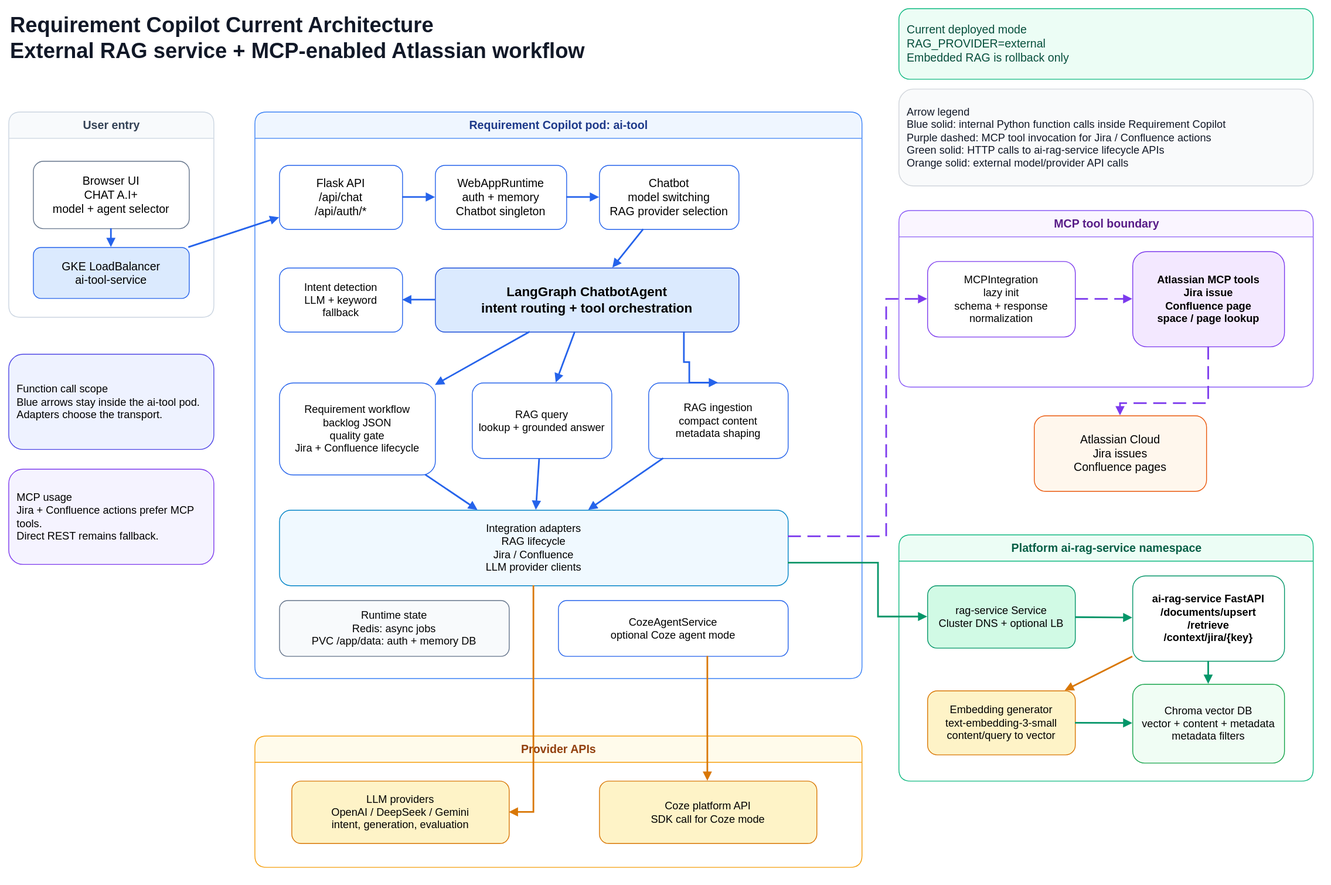
This is docs/architecture/diagrams/requirement-copilot-rag-mcp-current.drawio.svg from gjnzsu/AI_Requirement_Tool, a draw.io export, as it was before one commit. Source tidied: cells renumbered, new cells last; positions are measured from the earlier drawing's top-left corner, leaving out a move shared by most shapes.
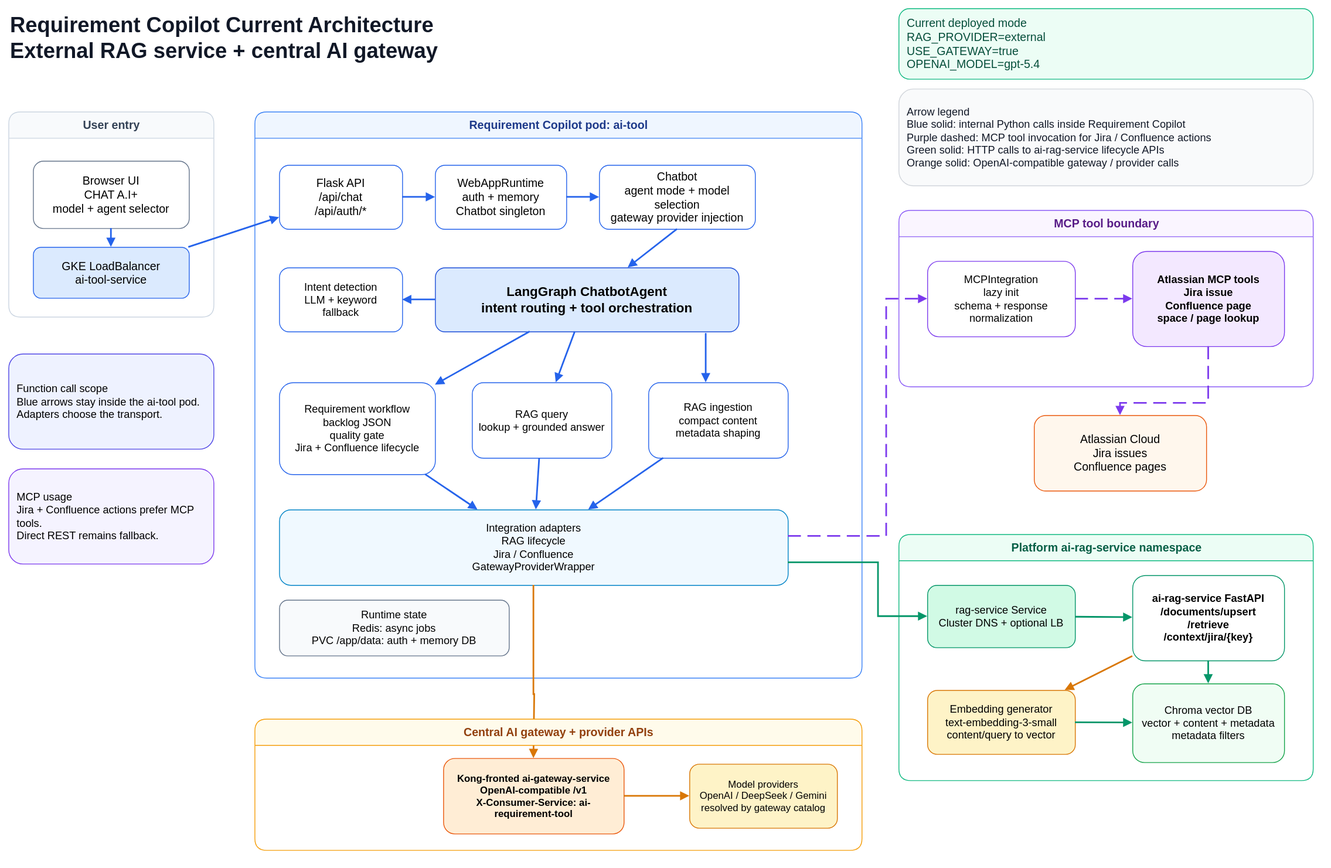
The same diagram one commit later.

What changed in the source:
```diff
@@ -2,13 +2,13 @@
   <root>
     <mxCell id="0" />
     <mxCell id="1" parent="0" />
-    <mxCell id="2" value="Requirement Copilot Current Architecture&#10;External RAG service + MCP-enabled Atlassian workflow" style="text;html=1;strokeColor=none;fillColor=none;align=left;verticalAlign=middle;whiteSpace=wrap;rounded=0;fontSize=26;fontStyle=1;fontColor=#111827;" parent="1" vertex="1">
+    <mxCell id="2" value="Requirement Copilot Current Architecture&#10;External RAG service + central AI gateway" style="text;html=1;strokeColor=none;fillColor=none;align=left;verticalAlign=middle;whiteSpace=wrap;rounded=0;fontSize=26;fontStyle=1;fontColor=#111827;" parent="1" vertex="1">
       <mxGeometry width="800" height="72" as="geometry" />
     </mxCell>
-    <mxCell id="3" value="Current deployed mode&#10;RAG_PROVIDER=external&#10;Embedded RAG is rollback only" style="rounded=1;whiteSpace=wrap;html=1;fillColor=#ECFDF5;strokeColor=#10B981;fontColor=#064E3B;fontSize=14;align=left;spacing=10;" parent="1" vertex="1">
+    <mxCell id="3" value="Current deployed mode&#10;RAG_PROVIDER=external&#10;USE_GATEWAY=true&#10;OPENAI_MODEL=gpt-5.4" style="rounded=1;whiteSpace=wrap;html=1;fillColor=#ECFDF5;strokeColor=#10B981;fontColor=#064E3B;fontSize=14;align=left;spacing=10;" parent="1" vertex="1">
       <mxGeometry x="1085" width="505" height="86" as="geometry" />
     </mxCell>
-    <mxCell id="4" value="Arrow legend&#10;Blue solid: internal Python function calls inside Requirement Copilot&#10;Purple dashed: MCP tool invocation for Jira / Confluence actions&#10;Green solid: HTTP calls to ai-rag-service lifecycle APIs&#10;Orange solid: external model/provider API calls" style="rounded=1;whiteSpace=wrap;html=1;fillColor=#F9FAFB;strokeColor=#D1D5DB;fontColor=#111827;fontSize=13;align=left;spacing=10;" parent="1" vertex="1">
+    <mxCell id="4" value="Arrow legend&#10;Blue solid: internal Python calls inside Requirement Copilot&#10;Purple dashed: MCP tool invocation for Jira / Confluence actions&#10;Green solid: HTTP calls to ai-rag-service lifecycle APIs&#10;Orange solid: OpenAI-compatible gateway / provider calls" style="rounded=1;whiteSpace=wrap;html=1;fillColor=#F9FAFB;strokeColor=#D1D5DB;fontColor=#111827;fontSize=13;align=left;spacing=10;" parent="1" vertex="1">
       <mxGeometry x="1085" y="98" width="505" height="118" as="geometry" />
     </mxCell>
     <mxCell id="5" value="User entry" style="swimlane;html=1;rounded=1;startSize=32;fillColor=#F8FAFC;strokeColor=#CBD5E1;fontColor=#334155;fontSize=14;fontStyle=1;" parent="1" vertex="1">
@@ -29,8 +29,8 @@
     <mxCell id="10" value="WebAppRuntime&#10;auth + memory&#10;Chatbot singleton" style="rounded=1;whiteSpace=wrap;html=1;fillColor=#FFFFFF;strokeColor=#2563EB;fontSize=14;spacing=8;" parent="8" vertex="1">
       <mxGeometry x="220" y="65" width="160" height="78" as="geometry" />
     </mxCell>
-    <mxCell id="11" value="Chatbot&#10;model switching&#10;RAG provider selection" style="rounded=1;whiteSpace=wrap;html=1;fillColor=#FFFFFF;strokeColor=#2563EB;fontSize=14;spacing=8;" parent="8" vertex="1">
-      <mxGeometry x="420" y="65" width="170" height="78" as="geometry" />
+    <mxCell id="11" value="Chatbot&#10;agent mode + model selection&#10;gateway provider injection" style="rounded=1;whiteSpace=wrap;html=1;fillColor=#FFFFFF;strokeColor=#2563EB;fontSize=14;spacing=8;" parent="8" vertex="1">
+      <mxGeometry x="420" y="65" width="190" height="78" as="geometry" />
     </mxCell>
     <mxCell id="12" value="LangGraph ChatbotAgent&#10;intent routing + tool orchestration" style="rounded=1;whiteSpace=wrap;html=1;fillColor=#DBEAFE;strokeColor=#1D4ED8;fontSize=16;fontStyle=1;spacing=8;" parent="8" vertex="1">
       <mxGeometry x="220" y="190" width="370" height="78" as="geometry" />
@@ -47,15 +47,12 @@
     <mxCell id="16" value="RAG ingestion&#10;compact content&#10;metadata shaping" style="rounded=1;whiteSpace=wrap;html=1;fillColor=#FFFFFF;strokeColor=#2563EB;fontSize=13;spacing=8;" parent="8" vertex="1">
       <mxGeometry x="480" y="330" width="170" height="92" as="geometry" />
     </mxCell>
-    <mxCell id="17" value="Integration adapters&#10;RAG lifecycle&#10;Jira / Confluence&#10;LLM provider clients" style="rounded=1;whiteSpace=wrap;html=1;fillColor=#F0F9FF;strokeColor=#0284C7;fontSize=13;spacing=8;" parent="8" vertex="1">
+    <mxCell id="17" value="Integration adapters&#10;RAG lifecycle&#10;Jira / Confluence&#10;GatewayProviderWrapper" style="rounded=1;whiteSpace=wrap;html=1;fillColor=#F0F9FF;strokeColor=#0284C7;fontSize=13;spacing=8;" parent="8" vertex="1">
       <mxGeometry x="30" y="485" width="620" height="92" as="geometry" />
     </mxCell>
     <mxCell id="18" value="Runtime state&#10;Redis: async jobs&#10;PVC /app/data: auth + memory DB" style="rounded=1;whiteSpace=wrap;html=1;fillColor=#F8FAFC;strokeColor=#64748B;fontSize=13;spacing=8;" parent="8" vertex="1">
       <mxGeometry x="30" y="595" width="280" height="68" as="geometry" />
     </mxCell>
-    <mxCell id="19" value="CozeAgentService&#10;optional Coze agent mode" style="rounded=1;whiteSpace=wrap;html=1;fillColor=#FFFFFF;strokeColor=#2563EB;fontSize=13;spacing=8;" parent="8" vertex="1">
-      <mxGeometry x="370" y="595" width="280" height="68" as="geometry" />
-    </mxCell>
     <mxCell id="20" value="MCP tool boundary" style="swimlane;html=1;rounded=1;startSize=32;fillColor=#FAF5FF;strokeColor=#8B5CF6;fontColor=#581C87;fontSize=14;fontStyle=1;" parent="1" vertex="1">
       <mxGeometry x="1085" y="246" width="505" height="215" as="geometry" />
     </mxCell>
@@ -83,15 +80,6 @@
     <mxCell id="28" value="Chroma vector DB&#10;vector + content + metadata&#10;metadata filters" style="rounded=1;whiteSpace=wrap;html=1;fillColor=#F0FDF4;strokeColor=#16A34A;fontSize=13;spacing=8;" parent="24" vertex="1">
       <mxGeometry x="285" y="182" width="185" height="96" as="geometry" />
     </mxCell>
-    <mxCell id="29" value="Provider APIs" style="swimlane;html=1;rounded=1;startSize=32;fillColor=#FFFBEB;strokeColor=#F59E0B;fontColor=#92400E;fontSize=14;fontStyle=1;" parent="1" vertex="1">
-      <mxGeometry x="300" y="886" width="740" height="160" as="geometry" />
-    </mxCell>
-    <mxCell id="30" value="LLM providers&#10;OpenAI / DeepSeek / Gemini&#10;intent, generation, evaluation" style="rounded=1;whiteSpace=wrap;html=1;fillColor=#FEF3C7;strokeColor=#D97706;fontSize=13;spacing=8;" parent="29" vertex="1">
-      <mxGeometry x="45" y="55" width="265" height="76" as="geometry" />
-    </mxCell>
-    <mxCell id="31" value="Coze platform API&#10;SDK call for Coze mode" style="rounded=1;whiteSpace=wrap;html=1;fillColor=#FEF3C7;strokeColor=#D97706;fontSize=13;spacing=8;" parent="29" vertex="1">
-      <mxGeometry x="420" y="55" width="265" height="76" as="geometry" />
-    </mxCell>
     <mxCell id="32" value="Function call scope&#10;Blue arrows stay inside the ai-tool pod.&#10;Adapters choose the transport." style="rounded=1;whiteSpace=wrap;html=1;fillColor=#EEF2FF;strokeColor=#4F46E5;fontSize=13;align=left;spacing=10;" parent="1" vertex="1">
       <mxGeometry y="421" width="250" height="116" as="geometry" />
     </mxCell>
@@ -110,7 +98,7 @@
     <mxCell id="37" style="endArrow=block;html=1;rounded=0;strokeColor=#2563EB;strokeWidth=2;" parent="1" edge="1" source="10" target="11">
       <mxGeometry relative="1" as="geometry" />
     </mxCell>
-    <mxCell id="38" style="endArrow=block;html=1;rounded=0;strokeColor=#2563EB;strokeWidth=2;" parent="1" edge="1" source="11" target="12">
+    <mxCell id="38" style="endArrow=block;html=1;rounded=0;strokeColor=#2563EB;strokeWidth=2;exitX=0.5;exitY=1;exitDx=0;exitDy=0;" parent="1" edge="1" source="11" target="12">
       <mxGeometry relative="1" as="geometry" />
     </mxCell>
     <mxCell id="39" style="endArrow=block;html=1;rounded=0;strokeColor=#2563EB;strokeWidth=2;" parent="1" edge="1" source="12" target="13">
@@ -122,10 +110,13 @@
     <mxCell id="41" style="endArrow=block;html=1;rounded=0;strokeColor=#2563EB;strokeWidth=2;" parent="1" edge="1" source="12" target="15">
       <mxGeometry relative="1" as="geometry" />
     </mxCell>
-    <mxCell id="42" style="endArrow=block;html=1;rounded=0;jettySize=auto;strokeColor=#2563EB;strokeWidth=2;edgeStyle=orthogonalEdgeStyle;exitX=0.82;exitY=1;entryX=0.5;entryY=0;" parent="1" edge="1" source="12" target="16">
+    <mxCell id="42" style="endArrow=block;html=1;rounded=0;orthogonalLoop=1;jettySize=auto;strokeColor=#2563EB;strokeWidth=2;edgeStyle=orthogonalEdgeStyle;" parent="1" edge="1">
       <mxGeometry relative="1" as="geometry">
+        <mxPoint x="850" y="396" as="sourcePoint" />
+        <mxPoint x="850" y="456" as="targetPoint" />
         <Array as="points">
-          <mxPoint x="830" y="431" />
+          <mxPoint x="850" y="446" />
+          <mxPoint x="850" y="446" />
         </Array>
       </mxGeometry>
     </mxCell>
@@ -175,20 +166,28 @@
     <mxCell id="53" style="endArrow=block;html=1;rounded=0;strokeColor=#059669;strokeWidth=2;" parent="1" edge="1" source="27" target="28">
       <mxGeometry relative="1" as="geometry" />
     </mxCell>
-    <mxCell id="54" style="endArrow=block;html=1;rounded=0;jettySize=auto;html=1;strokeColor=#D97706;strokeWidth=2;edgeStyle=orthogonalEdgeStyle;exitX=0.5;exitY=1;entryX=1;entryY=0.5;" parent="1" edge="1" source="17" target="30">
+    <mxCell id="54" style="endArrow=block;html=1;rounded=0;jettySize=auto;html=1;strokeColor=#D97706;strokeWidth=2;edgeStyle=orthogonalEdgeStyle;exitX=0.5;exitY=1;entryX=0.5;entryY=0;entryDx=0;entryDy=0;" parent="1" edge="1" source="17" target="57">
       <mxGeometry relative="1" as="geometry">
         <Array as="points">
-          <mxPoint x="640" y="856" />
-          <mxPoint x="640" y="979" />
+          <mxPoint x="640" y="836" />
+          <mxPoint x="641" y="836" />
         </Array>
       </mxGeometry>
     </mxCell>
-    <mxCell id="55" style="endArrow=block;html=1;rounded=0;jettySize=auto;html=1;strokeColor=#D97706;strokeWidth=2;edgeStyle=orthogonalEdgeStyle;" parent="1" edge="1" source="19" target="31">
-      <mxGeometry relative="1" as="geometry">
-        <Array as="points">
-          <mxPoint x="852" y="856" />
-        </Array>
-      </mxGeometry>
-    </mxCell>
+    <mxCell id="56" style="group;" parent="1" vertex="1">
+      <mxGeometry x="300" y="856" width="740" height="160" as="geometry" />
+    </mxCell>
+    <mxCell id="29" value="Central AI gateway + provider APIs" style="swimlane;html=1;rounded=1;startSize=32;fillColor=#FFFBEB;strokeColor=#F59E0B;fontColor=#92400E;fontSize=14;fontStyle=1;" parent="56" vertex="1">
+      <mxGeometry y="10" width="740" height="160" as="geometry" />
+    </mxCell>
+    <mxCell id="57" value="Kong-fronted ai-gateway-service&#10;OpenAI-compatible /v1&#10;X-Consumer-Service: ai-requirement-tool" style="rounded=1;whiteSpace=wrap;html=1;fillColor=#FFEDD5;strokeColor=#EA580C;fontSize=12;fontStyle=1;spacing=8;" parent="29" vertex="1">
+      <mxGeometry x="230" y="48" width="220" height="92" as="geometry" />
+    </mxCell>
+    <mxCell id="30" value="Model providers&#10;OpenAI / DeepSeek / Gemini&#10;resolved by gateway catalog" style="rounded=1;whiteSpace=wrap;html=1;fillColor=#FEF3C7;strokeColor=#D97706;fontSize=12;spacing=8;" parent="29" vertex="1">
+      <mxGeometry x="530" y="55" width="180" height="78" as="geometry" />
+    </mxCell>
+    <mxCell id="58" style="endArrow=block;html=1;rounded=0;strokeColor=#D97706;strokeWidth=2;edgeStyle=orthogonalEdgeStyle;" parent="56" edge="1" source="57" target="30">
+      <mxGeometry relative="1" as="geometry" />
+    </mxCell>
   </root>
 </mxGraphModel>
```
